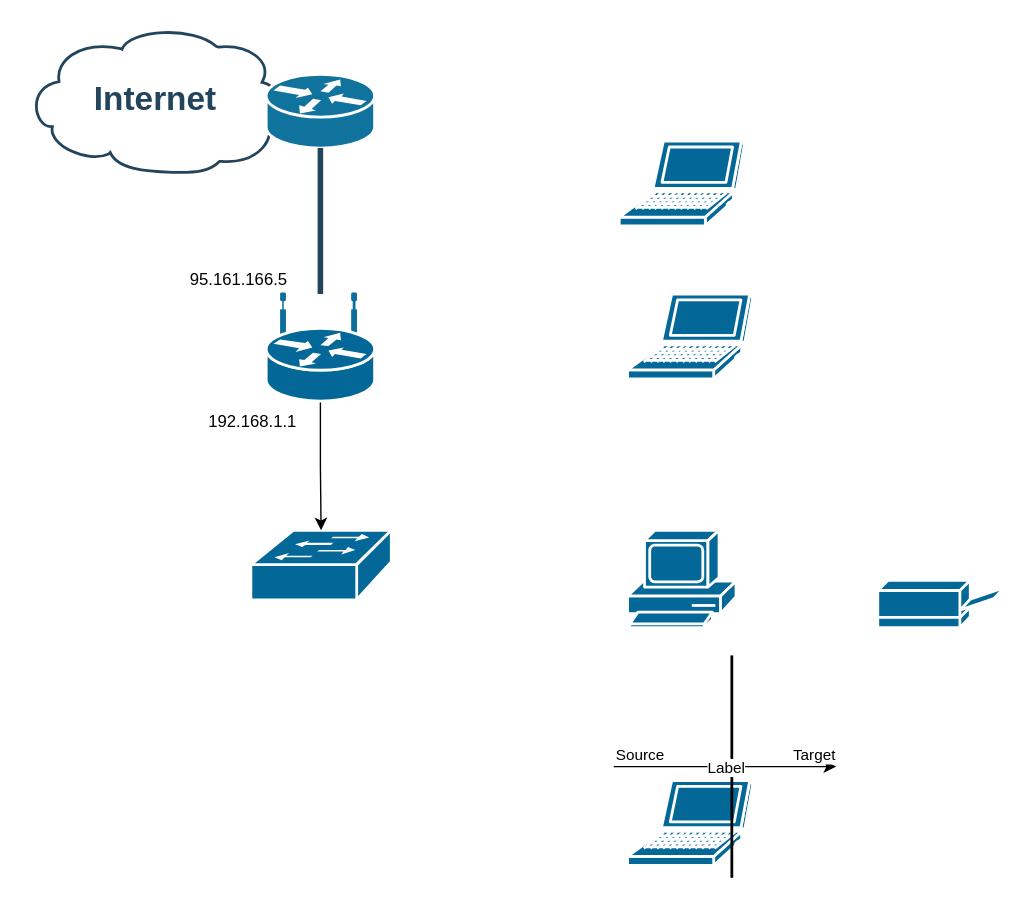
Before: Untitled Diagram.drawio in AndreyIvanov87/devops-netology, a draw.io diagram. Source tidied: cells renumbered, new cells numbered last; positions are measured from the earlier drawing's top-left corner, leaving out a move shared by most shapes. Both pictures are drawn from the tidied source at 139%, with x=0, y=0 at pixel (25, 25).
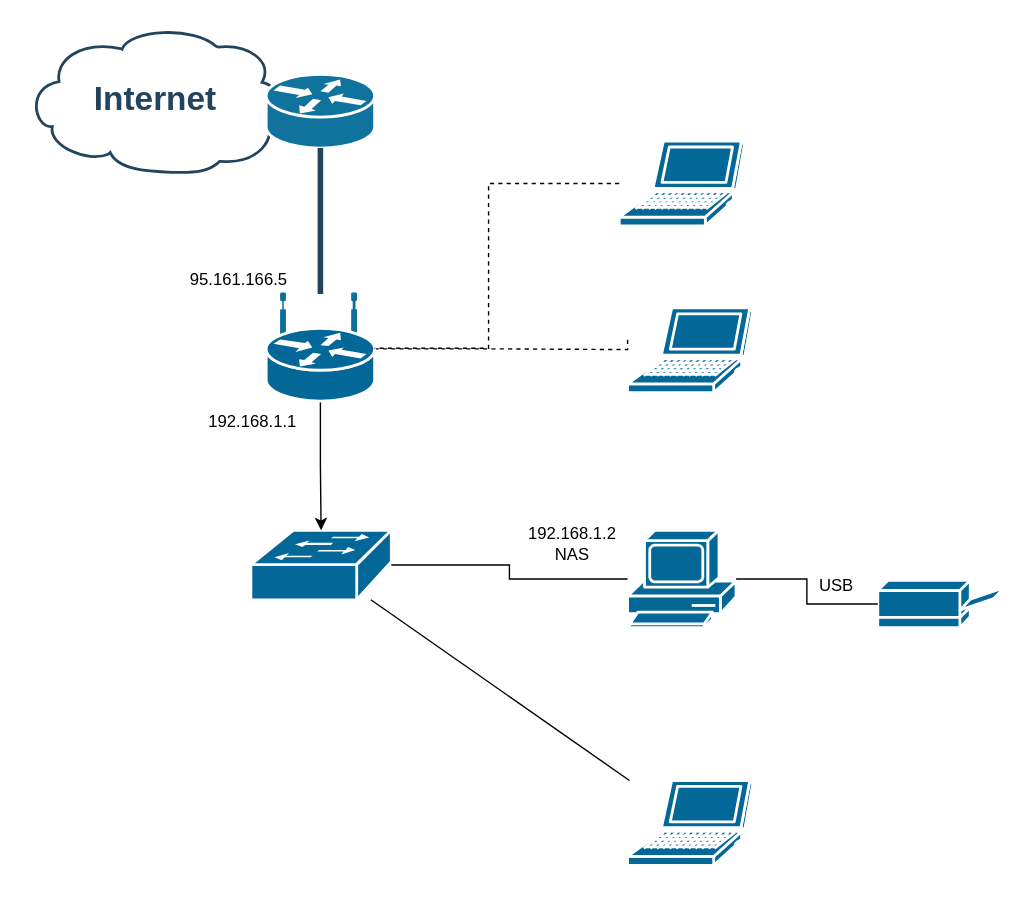
Above is the later version.

Unchanged cells that the change refers to:
```xml
<mxCell id="5" style="shape=mxgraph.cisco.switches.workgroup_switch;sketch=0;html=1;dashed=0;fillColor=#036897;strokeColor=#ffffff;strokeWidth=2;verticalLabelPosition=bottom;verticalAlign=top;align=center;outlineConnect=0;" parent="1" vertex="1">
  <mxGeometry x="162" y="363" width="101" height="50" as="geometry" />
</mxCell>
<mxCell id="7" style="shape=mxgraph.cisco.routers.wireless_router;sketch=0;html=1;dashed=0;fillColor=#036897;strokeColor=#ffffff;strokeWidth=2;verticalLabelPosition=bottom;verticalAlign=top;align=center;outlineConnect=0;" parent="1" vertex="1">
  <mxGeometry x="173" y="193" width="78" height="77" as="geometry" />
</mxCell>
<mxCell id="8" style="shape=mxgraph.cisco.computers_and_peripherals.laptop;sketch=0;html=1;dashed=0;fillColor=#036897;strokeColor=#ffffff;strokeWidth=2;verticalLabelPosition=bottom;verticalAlign=top;align=center;outlineConnect=0;" parent="1" vertex="1">
  <mxGeometry x="427" y="83" width="90" height="61" as="geometry" />
</mxCell>
<mxCell id="9" style="shape=mxgraph.cisco.computers_and_peripherals.printer;sketch=0;html=1;dashed=0;fillColor=#036897;strokeColor=#ffffff;strokeWidth=2;verticalLabelPosition=bottom;verticalAlign=top;align=center;outlineConnect=0;" parent="1" vertex="1">
  <mxGeometry x="613" y="399" width="91" height="34" as="geometry" />
</mxCell>
<mxCell id="10" style="shape=mxgraph.cisco.computers_and_peripherals.pc;sketch=0;html=1;dashed=0;fillColor=#036897;strokeColor=#ffffff;strokeWidth=2;verticalLabelPosition=bottom;verticalAlign=top;align=center;outlineConnect=0;" parent="1" vertex="1">
  <mxGeometry x="433" y="363" width="78" height="70" as="geometry" />
</mxCell>
<mxCell id="12" style="shape=mxgraph.cisco.computers_and_peripherals.laptop;sketch=0;html=1;dashed=0;fillColor=#036897;strokeColor=#ffffff;strokeWidth=2;verticalLabelPosition=bottom;verticalAlign=top;align=center;outlineConnect=0;" parent="1" vertex="1">
  <mxGeometry x="433" y="543" width="90" height="61" as="geometry" />
</mxCell>
```

The edit, as a diff of the source:
```diff
@@
+    <mxCell id="20" style="edgeStyle=orthogonalEdgeStyle;rounded=0;jettySize=auto;html=1;endArrow=none;endFill=0;" parent="1" edge="1" source="5" target="10">
+      <mxGeometry relative="1" as="geometry" />
+    </mxCell>
@@
+    <mxCell id="21" style="edgeStyle=orthogonalEdgeStyle;rounded=0;orthogonalLoop=1;jettySize=auto;html=1;dashed=1;endArrow=none;endFill=0;" parent="1" edge="1">
+      <mxGeometry relative="1" as="geometry">
+        <mxPoint x="251" y="232.5" as="sourcePoint" />
+        <mxPoint x="433" y="224.5" as="targetPoint" />
+        <Array as="points">
+          <mxPoint x="342" y="233" />
+          <mxPoint x="433" y="233" />
+        </Array>
+      </mxGeometry>
+    </mxCell>
@@
+    <mxCell id="22" style="edgeStyle=orthogonalEdgeStyle;rounded=0;jettySize=auto;html=1;dashed=1;endArrow=none;endFill=0;" parent="1" edge="1" source="8" target="7">
+      <mxGeometry relative="1" as="geometry">
+        <Array as="points">
+          <mxPoint x="333" y="114" />
+          <mxPoint x="333" y="232" />
+        </Array>
+      </mxGeometry>
+    </mxCell>
@@
+    <mxCell id="23" style="edgeStyle=orthogonalEdgeStyle;rounded=0;jettySize=auto;html=1;endArrow=none;endFill=0;" parent="1" edge="1" source="10" target="9">
+      <mxGeometry relative="1" as="geometry" />
+    </mxCell>
@@
     <mxCell id="11" style="shape=mxgraph.cisco.computers_and_peripherals.laptop;sketch=0;html=1;dashed=0;fillColor=#036897;strokeColor=#ffffff;strokeWidth=2;verticalLabelPosition=bottom;verticalAlign=top;align=center;" parent="1" vertex="1">
-      <mxGeometry x="433" y="193" width="90" height="61" as="geometry" />
+      <mxGeometry x="433" y="203" width="90" height="61" as="geometry" />
     </mxCell>
@@
-    <mxCell id="13" style="line;strokeWidth=2;direction=south;html=1;" parent="1" vertex="1">
-      <mxGeometry x="503" y="453" width="10" height="160" as="geometry" />
-    </mxCell>
-    <mxCell id="14" style="endArrow=classic;html=1;rounded=0;" parent="1" edge="1">
-      <mxGeometry relative="1" as="geometry">
-        <mxPoint x="423" y="533" as="sourcePoint" />
-        <mxPoint x="583" y="533" as="targetPoint" />
-      </mxGeometry>
-    </mxCell>
-    <mxCell id="15" value="Label" style="edgeLabel;html=1;align=center;verticalAlign=middle;" parent="14" vertex="1">
-      <mxGeometry relative="1" as="geometry" />
-    </mxCell>
-    <mxCell id="16" value="Source" style="edgeLabel;html=1;align=left;verticalAlign=bottom;" parent="14" vertex="1">
-      <mxGeometry x="-1" relative="1" as="geometry" />
-    </mxCell>
-    <mxCell id="17" value="Target" style="edgeLabel;html=1;align=right;verticalAlign=bottom;" parent="14" vertex="1">
-      <mxGeometry x="1" relative="1" as="geometry" />
-    </mxCell>
@@
+    <mxCell id="24" value="USB" style="text;html=1;align=center;verticalAlign=middle;strokeColor=none;fillColor=none;" parent="1" vertex="1">
+      <mxGeometry x="563" y="393" width="40" height="20" as="geometry" />
+    </mxCell>
+    <mxCell id="25" value="&lt;div&gt;192.168.1.2&lt;/div&gt;&lt;div&gt;NAS&lt;br&gt;&lt;/div&gt;" style="text;html=1;align=center;verticalAlign=middle;strokeColor=none;fillColor=none;" parent="1" vertex="1">
+      <mxGeometry x="353" y="358" width="80" height="30" as="geometry" />
+    </mxCell>
+    <mxCell id="26" style="endArrow=none;html=1;rounded=0;" parent="1" edge="1" source="5" target="12">
+      <mxGeometry relative="1" as="geometry" />
+    </mxCell>
```
